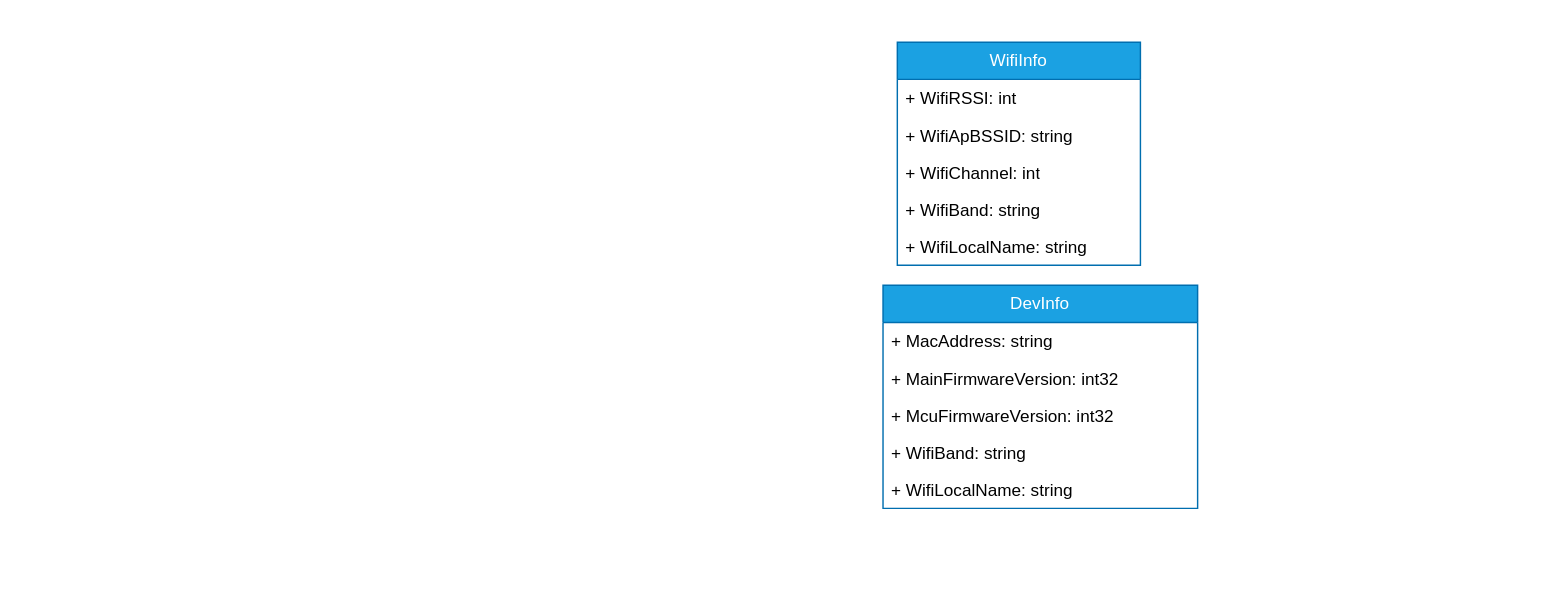
This is 未命名绘图.drawio from xunzhaoxusanduo/1-drawio, a draw.io file, before an edit. Source tidied: cells renumbered, new cells numbered last; positions are measured from the earlier drawing's top-left corner, leaving out a move shared by most shapes. Both pictures are drawn from the tidied source at 143%, with x=0, y=0 at pixel (882, 41).
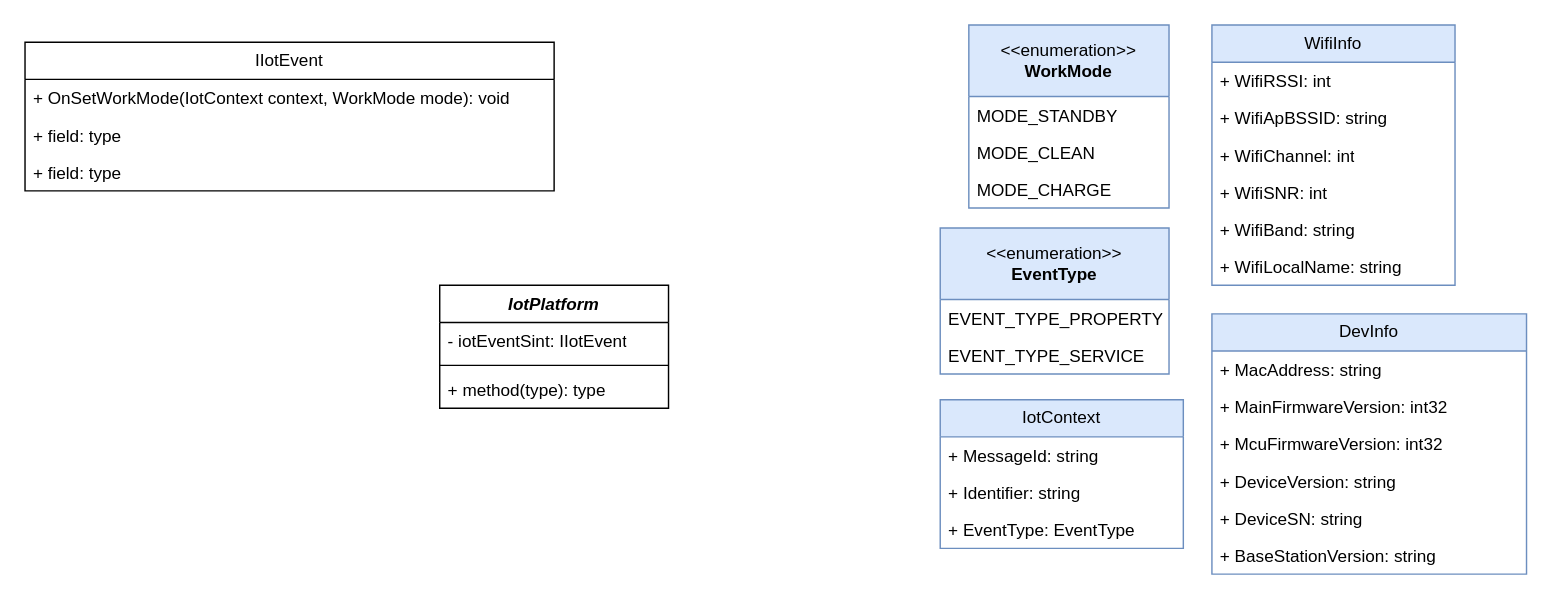
After the change.

Commit message (it also covers changes not shown here):
Update 未命名绘图.drawio

Change to the diagram source:
```diff
@@
-    <mxCell id="2" value="WifiInfo" style="swimlane;fontStyle=0;horizontal=1;startSize=26;fillColor=#1ba1e2;whiteSpace=wrap;html=1;fontColor=#ffffff;strokeColor=#006EAF;" parent="1" vertex="1">
-      <mxGeometry x="10" width="170" height="156" as="geometry" />
+    <mxCell id="2" value="WifiInfo" style="swimlane;fontStyle=0;horizontal=1;startSize=26;fillColor=#dae8fc;whiteSpace=wrap;html=1;strokeColor=#6c8ebf;" parent="1" vertex="1">
+      <mxGeometry x="230" y="-12" width="170" height="182" as="geometry" />
     </mxCell>
@@
+    <mxCell id="14" value="+ WifiSNR: int" style="text;strokeColor=none;fillColor=none;align=left;verticalAlign=top;spacingLeft=4;spacingRight=4;overflow=hidden;whiteSpace=wrap;html=1;" parent="2" vertex="1">
+      <mxGeometry y="104" width="170" height="26" as="geometry" />
+    </mxCell>
     <mxCell id="6" value="+ WifiBand: string" style="text;strokeColor=none;fillColor=none;align=left;verticalAlign=top;spacingLeft=4;spacingRight=4;overflow=hidden;whiteSpace=wrap;html=1;" parent="2" vertex="1">
-      <mxGeometry y="104" width="170" height="26" as="geometry" />
+      <mxGeometry y="130" width="170" height="26" as="geometry" />
     </mxCell>
     <mxCell id="7" value="+ WifiLocalName: string" style="text;strokeColor=none;fillColor=none;align=left;verticalAlign=top;spacingLeft=4;spacingRight=4;overflow=hidden;whiteSpace=wrap;html=1;" parent="2" vertex="1">
-      <mxGeometry y="130" width="170" height="26" as="geometry" />
+      <mxGeometry y="156" width="170" height="26" as="geometry" />
     </mxCell>
-    <mxCell id="8" value="DevInfo" style="swimlane;fontStyle=0;horizontal=1;startSize=26;fillColor=#1ba1e2;whiteSpace=wrap;html=1;fontColor=#ffffff;strokeColor=#006EAF;" parent="1" vertex="1">
-      <mxGeometry y="170" width="220" height="156" as="geometry" />
+    <mxCell id="8" value="DevInfo" style="swimlane;fontStyle=0;horizontal=1;startSize=26;fillColor=#dae8fc;whiteSpace=wrap;html=1;strokeColor=#6c8ebf;" parent="1" vertex="1">
+      <mxGeometry x="230" y="190" width="220" height="182" as="geometry" />
     </mxCell>
@@
-    <mxCell id="12" value="+ WifiBand: string" style="text;strokeColor=none;fillColor=none;align=left;verticalAlign=top;spacingLeft=4;spacingRight=4;overflow=hidden;whiteSpace=wrap;html=1;" parent="8" vertex="1">
+    <mxCell id="12" value="+ DeviceVersion: string" style="text;strokeColor=none;fillColor=none;align=left;verticalAlign=top;spacingLeft=4;spacingRight=4;overflow=hidden;whiteSpace=wrap;html=1;" parent="8" vertex="1">
       <mxGeometry y="104" width="220" height="26" as="geometry" />
     </mxCell>
-    <mxCell id="13" value="+ WifiLocalName: string" style="text;strokeColor=none;fillColor=none;align=left;verticalAlign=top;spacingLeft=4;spacingRight=4;overflow=hidden;whiteSpace=wrap;html=1;" parent="8" vertex="1">
+    <mxCell id="13" value="+ DeviceSN: string" style="text;strokeColor=none;fillColor=none;align=left;verticalAlign=top;spacingLeft=4;spacingRight=4;overflow=hidden;whiteSpace=wrap;html=1;" parent="8" vertex="1">
       <mxGeometry y="130" width="220" height="26" as="geometry" />
     </mxCell>
+    <mxCell id="15" value="+ BaseStationVersion: string" style="text;strokeColor=none;fillColor=none;align=left;verticalAlign=top;spacingLeft=4;spacingRight=4;overflow=hidden;whiteSpace=wrap;html=1;" parent="8" vertex="1">
+      <mxGeometry y="156" width="220" height="26" as="geometry" />
+    </mxCell>
+    <mxCell id="16" value="IIotEvent" style="swimlane;fontStyle=0;horizontal=1;startSize=26;fillColor=none;whiteSpace=wrap;html=1;" parent="1" vertex="1">
+      <mxGeometry x="-600" width="370" height="104" as="geometry" />
+    </mxCell>
+    <mxCell id="17" value="+ OnSetWorkMode(IotContext context, WorkMode mode): void" style="text;strokeColor=none;fillColor=none;align=left;verticalAlign=top;spacingLeft=4;spacingRight=4;overflow=hidden;whiteSpace=wrap;html=1;" parent="16" vertex="1">
+      <mxGeometry y="26" width="370" height="26" as="geometry" />
+    </mxCell>
+    <mxCell id="18" value="+ field: type" style="text;strokeColor=none;fillColor=none;align=left;verticalAlign=top;spacingLeft=4;spacingRight=4;overflow=hidden;whiteSpace=wrap;html=1;" parent="16" vertex="1">
+      <mxGeometry y="52" width="370" height="26" as="geometry" />
+    </mxCell>
+    <mxCell id="19" value="+ field: type" style="text;strokeColor=none;fillColor=none;align=left;verticalAlign=top;spacingLeft=4;spacingRight=4;overflow=hidden;whiteSpace=wrap;html=1;" parent="16" vertex="1">
+      <mxGeometry y="78" width="370" height="26" as="geometry" />
+    </mxCell>
+    <mxCell id="20" value="&amp;lt;&amp;lt;enumeration&amp;gt;&amp;gt;&lt;br&gt;&lt;b&gt;WorkMode&lt;/b&gt;" style="swimlane;fontStyle=0;horizontal=1;startSize=50;fillColor=#dae8fc;whiteSpace=wrap;html=1;strokeColor=#6c8ebf;" parent="1" vertex="1">
+      <mxGeometry x="60" y="-12" width="140" height="128" as="geometry" />
+    </mxCell>
+    <mxCell id="21" value="MODE_STANDBY" style="text;strokeColor=none;fillColor=none;align=left;verticalAlign=top;spacingLeft=4;spacingRight=4;overflow=hidden;whiteSpace=wrap;html=1;" parent="20" vertex="1">
+      <mxGeometry y="50" width="140" height="26" as="geometry" />
+    </mxCell>
+    <mxCell id="22" value="MODE_CLEAN" style="text;strokeColor=none;fillColor=none;align=left;verticalAlign=top;spacingLeft=4;spacingRight=4;overflow=hidden;whiteSpace=wrap;html=1;" parent="20" vertex="1">
+      <mxGeometry y="76" width="140" height="26" as="geometry" />
+    </mxCell>
+    <mxCell id="23" value="MODE_CHARGE" style="text;strokeColor=none;fillColor=none;align=left;verticalAlign=top;spacingLeft=4;spacingRight=4;overflow=hidden;whiteSpace=wrap;html=1;" parent="20" vertex="1">
+      <mxGeometry y="102" width="140" height="26" as="geometry" />
+    </mxCell>
+    <mxCell id="24" value="IotContext" style="swimlane;fontStyle=0;horizontal=1;startSize=26;fillColor=#dae8fc;whiteSpace=wrap;html=1;strokeColor=#6c8ebf;" parent="1" vertex="1">
+      <mxGeometry x="40" y="250" width="170" height="104" as="geometry" />
+    </mxCell>
+    <mxCell id="25" value="+ MessageId: string" style="text;strokeColor=none;fillColor=none;align=left;verticalAlign=top;spacingLeft=4;spacingRight=4;overflow=hidden;whiteSpace=wrap;html=1;" parent="24" vertex="1">
+      <mxGeometry y="26" width="170" height="26" as="geometry" />
+    </mxCell>
+    <mxCell id="26" value="+ Identifier: string" style="text;strokeColor=none;fillColor=none;align=left;verticalAlign=top;spacingLeft=4;spacingRight=4;overflow=hidden;whiteSpace=wrap;html=1;" parent="24" vertex="1">
+      <mxGeometry y="52" width="170" height="26" as="geometry" />
+    </mxCell>
+    <mxCell id="27" value="+ EventType: EventType" style="text;strokeColor=none;fillColor=none;align=left;verticalAlign=top;spacingLeft=4;spacingRight=4;overflow=hidden;whiteSpace=wrap;html=1;" parent="24" vertex="1">
+      <mxGeometry y="78" width="170" height="26" as="geometry" />
+    </mxCell>
+    <mxCell id="28" value="&amp;lt;&amp;lt;enumeration&amp;gt;&amp;gt;&lt;br&gt;&lt;b&gt;EventType&lt;/b&gt;" style="swimlane;fontStyle=0;horizontal=1;startSize=50;fillColor=#dae8fc;whiteSpace=wrap;html=1;strokeColor=#6c8ebf;" parent="1" vertex="1">
+      <mxGeometry x="40" y="130" width="160" height="102" as="geometry" />
+    </mxCell>
+    <mxCell id="29" value="EVENT_TYPE_PROPERTY" style="text;strokeColor=none;fillColor=none;align=left;verticalAlign=top;spacingLeft=4;spacingRight=4;overflow=hidden;whiteSpace=wrap;html=1;" parent="28" vertex="1">
+      <mxGeometry y="50" width="160" height="26" as="geometry" />
+    </mxCell>
+    <mxCell id="30" value="EVENT_TYPE_SERVICE" style="text;strokeColor=none;fillColor=none;align=left;verticalAlign=top;spacingLeft=4;spacingRight=4;overflow=hidden;whiteSpace=wrap;html=1;" parent="28" vertex="1">
+      <mxGeometry y="76" width="160" height="26" as="geometry" />
+    </mxCell>
+    <mxCell id="31" value="&lt;i style=&quot;&quot;&gt;IotPlatform&lt;/i&gt;" style="swimlane;fontStyle=1;align=center;verticalAlign=top;horizontal=1;startSize=26;whiteSpace=wrap;html=1;" parent="1" vertex="1">
+      <mxGeometry x="-310" y="170" width="160" height="86" as="geometry" />
+    </mxCell>
+    <mxCell id="32" value="- iotEventSint: IIotEvent" style="text;strokeColor=none;fillColor=none;align=left;verticalAlign=top;spacingLeft=4;spacingRight=4;overflow=hidden;whiteSpace=wrap;html=1;" parent="31" vertex="1">
+      <mxGeometry y="26" width="160" height="26" as="geometry" />
+    </mxCell>
+    <mxCell id="33" style="line;strokeWidth=1;fillColor=none;align=left;verticalAlign=middle;spacingTop=-1;spacingLeft=3;spacingRight=3;labelPosition=right;strokeColor=inherit;" parent="31" vertex="1">
+      <mxGeometry y="52" width="160" height="8" as="geometry" />
+    </mxCell>
+    <mxCell id="34" value="+ method(type): type" style="text;strokeColor=none;fillColor=none;align=left;verticalAlign=top;spacingLeft=4;spacingRight=4;overflow=hidden;whiteSpace=wrap;html=1;" parent="31" vertex="1">
+      <mxGeometry y="60" width="160" height="26" as="geometry" />
+    </mxCell>
```
